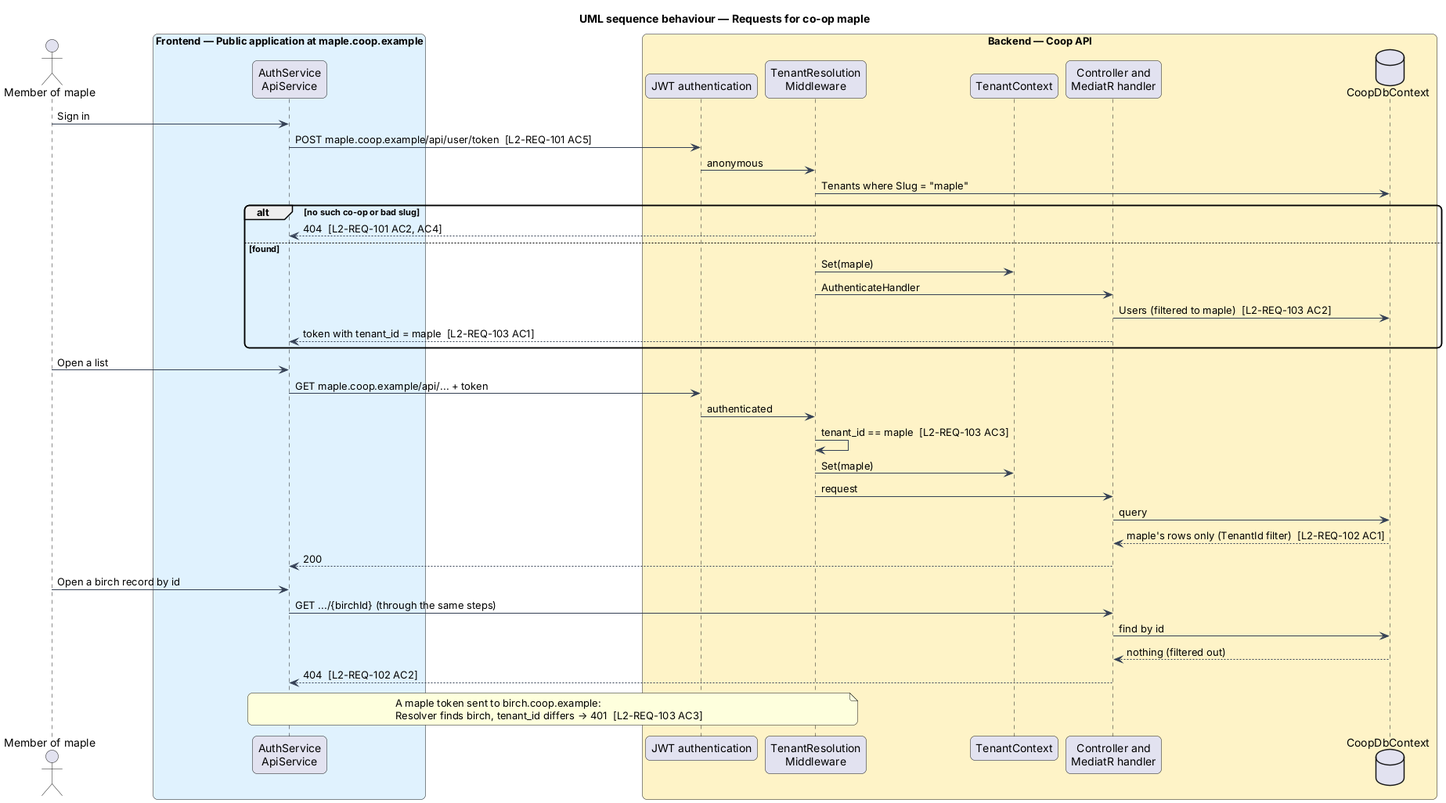
QuinntyneBrown/Coop keeps this PlantUML diagram as docs/detailed-designs/api/keep-co-ops-apart/diagrams/sequence-request-for-a-co-op.png. Above is the earlier version.
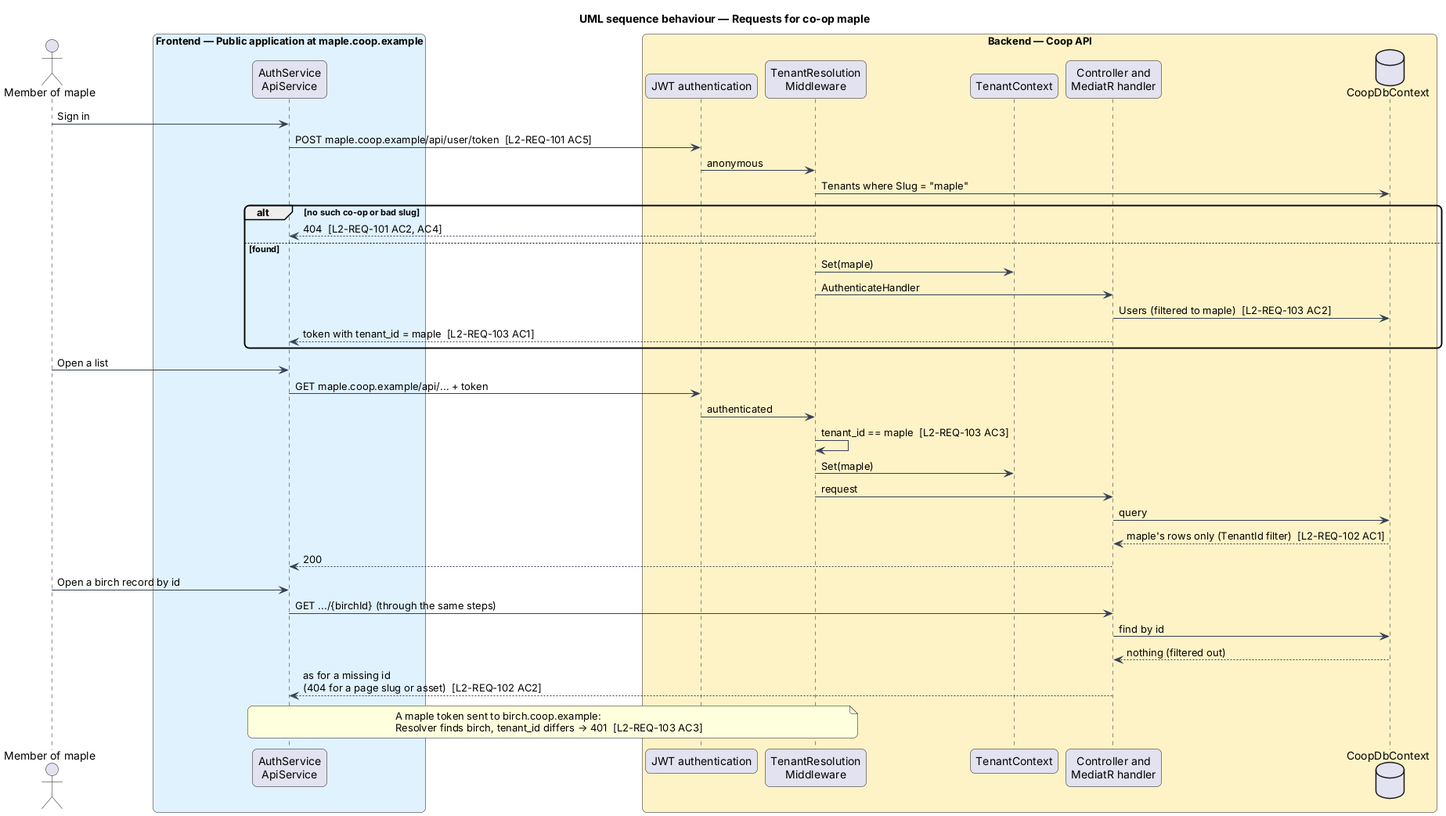
After the change.

What changed in the source:
```diff
@@ -41,6 +41,6 @@
 app -> handler : GET .../{birchId} (through the same steps)
 handler -> db : find by id
 db --> handler : nothing (filtered out)
-handler --> app : 404  [L2-REQ-102 AC2]
+handler --> app : as for a missing id\n(404 for a page slug or asset)  [L2-REQ-102 AC2]
 note over app, resolver : A maple token sent to birch.coop.example:\nResolver finds birch, tenant_id differs → 401  [L2-REQ-103 AC3]
 @enduml
```
